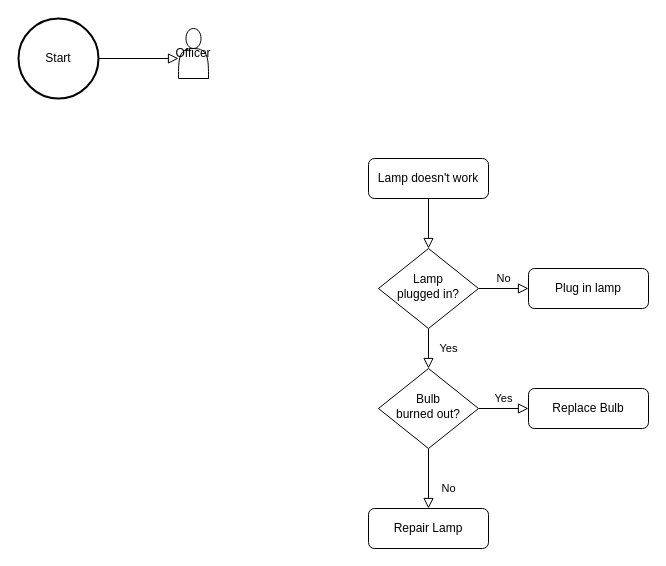
Before: Untitled Diagram.drawio in ganeshglitz/drawio, a draw.io diagram. Source tidied: cells renumbered, new cells numbered last; positions are measured from the earlier drawing's top-left corner, leaving out a move shared by most shapes. Both pictures are drawn from the tidied source at 100%, with x=0, y=0 at pixel (18, 18).
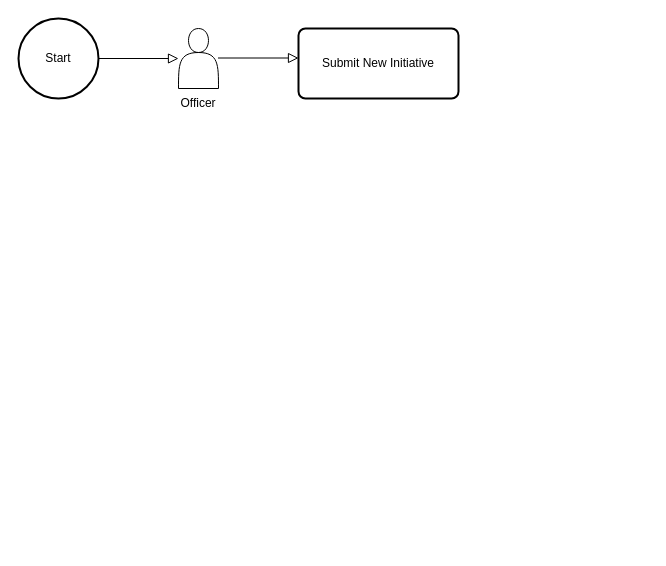
After the change.

Change to the diagram source:
```diff
@@
 <mxGraphModel>
   <root>
     <mxCell id="0" />
     <mxCell id="1" parent="0" />
-    <mxCell id="2" style="rounded=0;html=1;jettySize=auto;fontSize=11;endArrow=block;endFill=0;endSize=8;strokeWidth=1;shadow=0;labelBackgroundColor=none;edgeStyle=orthogonalEdgeStyle;" parent="1" edge="1" source="3" target="6">
-      <mxGeometry relative="1" as="geometry" />
-    </mxCell>
-    <mxCell id="3" value="Lamp doesn't work" style="rounded=1;whiteSpace=wrap;html=1;fontSize=12;glass=0;strokeWidth=1;shadow=0;" parent="1" vertex="1">
-      <mxGeometry x="350" y="140" width="120" height="40" as="geometry" />
-    </mxCell>
-    <mxCell id="4" value="Yes" style="rounded=0;html=1;jettySize=auto;fontSize=11;endArrow=block;endFill=0;endSize=8;strokeWidth=1;shadow=0;labelBackgroundColor=none;edgeStyle=orthogonalEdgeStyle;" parent="1" edge="1" source="6" target="10">
-      <mxGeometry y="20" relative="1" as="geometry" />
-    </mxCell>
-    <mxCell id="5" value="No" style="edgeStyle=orthogonalEdgeStyle;rounded=0;html=1;jettySize=auto;fontSize=11;endArrow=block;endFill=0;endSize=8;strokeWidth=1;shadow=0;labelBackgroundColor=none;" parent="1" edge="1" source="6" target="7">
-      <mxGeometry y="10" relative="1" as="geometry" />
-    </mxCell>
-    <mxCell id="6" value="Lamp&lt;br&gt;plugged in?" style="rhombus;whiteSpace=wrap;html=1;shadow=0;fontFamily=Helvetica;fontSize=12;align=center;strokeWidth=1;spacing=6;spacingTop=-4;" parent="1" vertex="1">
-      <mxGeometry x="360" y="230" width="100" height="80" as="geometry" />
-    </mxCell>
-    <mxCell id="7" value="Plug in lamp" style="rounded=1;whiteSpace=wrap;html=1;fontSize=12;glass=0;strokeWidth=1;shadow=0;" parent="1" vertex="1">
-      <mxGeometry x="510" y="250" width="120" height="40" as="geometry" />
-    </mxCell>
-    <mxCell id="8" value="No" style="rounded=0;html=1;jettySize=auto;fontSize=11;endArrow=block;endFill=0;endSize=8;strokeWidth=1;shadow=0;labelBackgroundColor=none;edgeStyle=orthogonalEdgeStyle;" parent="1" edge="1" source="10" target="11">
-      <mxGeometry x="0.33" y="20" relative="1" as="geometry" />
-    </mxCell>
-    <mxCell id="9" value="Yes" style="edgeStyle=orthogonalEdgeStyle;rounded=0;html=1;jettySize=auto;fontSize=11;endArrow=block;endFill=0;endSize=8;strokeWidth=1;shadow=0;labelBackgroundColor=none;" parent="1" edge="1" source="10" target="12">
-      <mxGeometry y="10" relative="1" as="geometry" />
-    </mxCell>
-    <mxCell id="10" value="Bulb&lt;br&gt;burned out?" style="rhombus;whiteSpace=wrap;html=1;shadow=0;fontFamily=Helvetica;fontSize=12;align=center;strokeWidth=1;spacing=6;spacingTop=-4;" parent="1" vertex="1">
-      <mxGeometry x="360" y="350" width="100" height="80" as="geometry" />
-    </mxCell>
-    <mxCell id="11" value="Repair Lamp" style="rounded=1;whiteSpace=wrap;html=1;fontSize=12;glass=0;strokeWidth=1;shadow=0;" parent="1" vertex="1">
-      <mxGeometry x="350" y="490" width="120" height="40" as="geometry" />
-    </mxCell>
-    <mxCell id="12" value="Replace Bulb" style="rounded=1;whiteSpace=wrap;html=1;fontSize=12;glass=0;strokeWidth=1;shadow=0;" parent="1" vertex="1">
-      <mxGeometry x="510" y="370" width="120" height="40" as="geometry" />
-    </mxCell>
     <mxCell id="13" value="Start" style="strokeWidth=2;html=1;shape=mxgraph.flowchart.start_2;whiteSpace=wrap;" parent="1" vertex="1">
       <mxGeometry width="80" height="80" as="geometry" />
     </mxCell>
+    <mxCell id="15" style="edgeStyle=orthogonalEdgeStyle;rounded=0;html=1;jettySize=auto;orthogonalLoop=1;fontSize=11;endArrow=block;endFill=0;endSize=8;strokeWidth=1;shadow=0;labelBackgroundColor=none;" parent="1" edge="1">
+      <mxGeometry x="-0.01" y="10" relative="1" as="geometry">
+        <mxPoint x="79.5" y="40" as="sourcePoint" />
+        <mxPoint x="160" y="40" as="targetPoint" />
+      </mxGeometry>
+    </mxCell>
+    <mxCell id="16" style="shape=actor;whiteSpace=wrap;html=1;" parent="1" vertex="1">
+      <mxGeometry x="160" y="10" width="40" height="60" as="geometry" />
+    </mxCell>
-    <mxCell id="14" value="Officer" style="shape=actor;whiteSpace=wrap;html=1;" parent="1" vertex="1">
-      <mxGeometry x="160" y="10" width="30" height="50" as="geometry" />
+    <mxCell id="14" value="Officer" style="text;html=1;align=center;verticalAlign=middle;whiteSpace=wrap;rounded=0;" parent="1" vertex="1">
+      <mxGeometry x="150" y="70" width="60" height="30" as="geometry" />
     </mxCell>
-    <mxCell id="15" style="edgeStyle=orthogonalEdgeStyle;rounded=0;html=1;jettySize=auto;orthogonalLoop=1;fontSize=11;endArrow=block;endFill=0;endSize=8;strokeWidth=1;shadow=0;labelBackgroundColor=none;" parent="1" edge="1">
-      <mxGeometry x="-0.01" y="10" relative="1" as="geometry">
-        <mxPoint x="79.5" y="40" as="sourcePoint" />
-        <mxPoint x="160" y="40" as="targetPoint" />
-      </mxGeometry>
-    </mxCell>
+    <mxCell id="17" value="Submit New Initiative" style="rounded=1;whiteSpace=wrap;html=1;absoluteArcSize=1;arcSize=14;strokeWidth=2;" parent="1" vertex="1">
+      <mxGeometry x="280" y="10" width="160" height="70" as="geometry" />
+    </mxCell>
+    <mxCell id="18" style="edgeStyle=orthogonalEdgeStyle;rounded=0;html=1;jettySize=auto;orthogonalLoop=1;fontSize=11;endArrow=block;endFill=0;endSize=8;strokeWidth=1;shadow=0;labelBackgroundColor=none;" parent="1" edge="1">
+      <mxGeometry x="-0.01" y="10" relative="1" as="geometry">
+        <mxPoint x="199.5" y="39.5" as="sourcePoint" />
+        <mxPoint x="280" y="39.5" as="targetPoint" />
+      </mxGeometry>
+    </mxCell>
   </root>
 </mxGraphModel>
```
